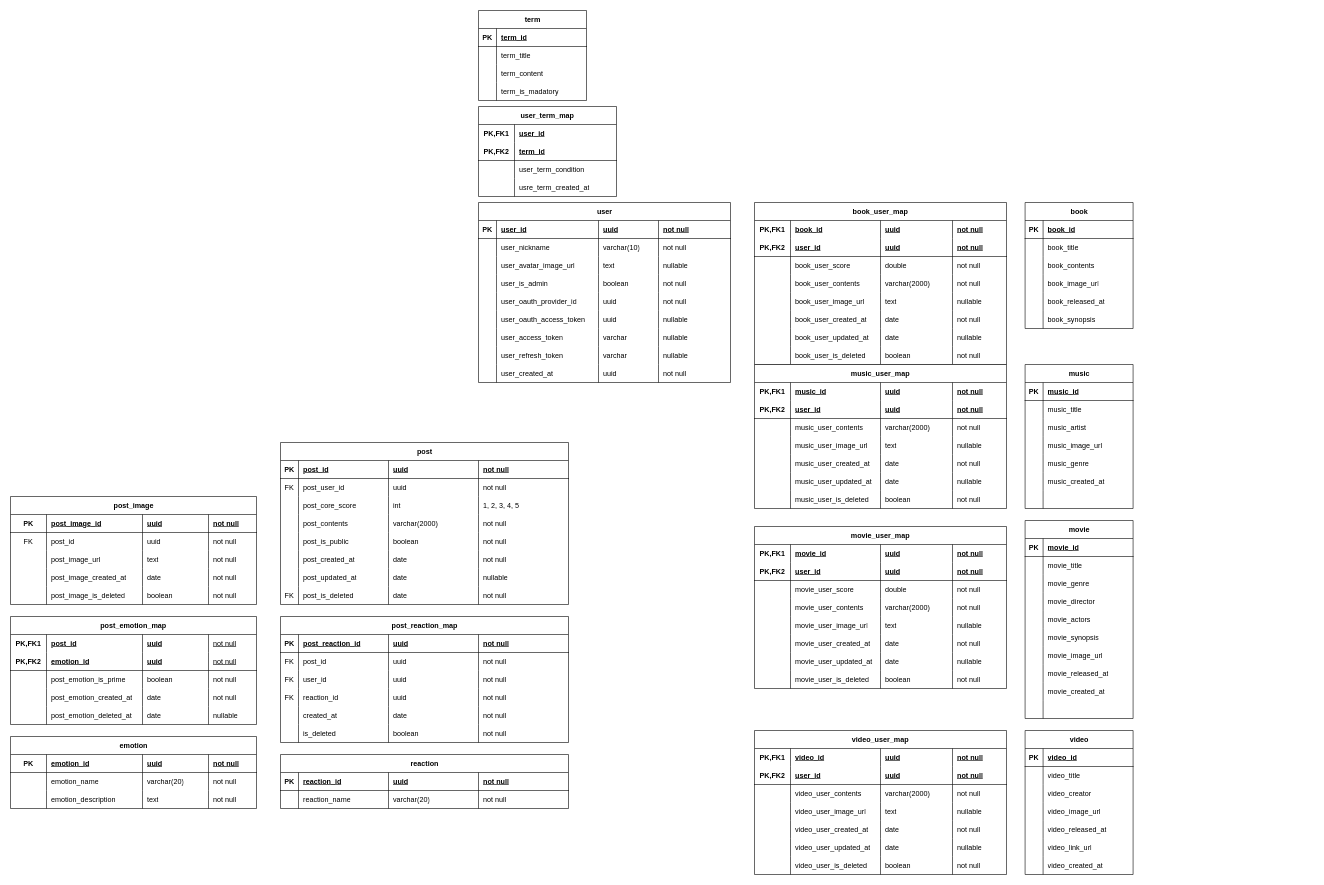
Above: soaf-be.drawio in soaf-team/soaf_be (draw.io), before the change. Source tidied: cells renumbered, new cells numbered last; positions are measured from the earlier drawing's top-left corner, leaving out a move shared by most shapes. Both pictures are drawn from the tidied source at 60%, with x=0, y=0 at pixel (10, 10).
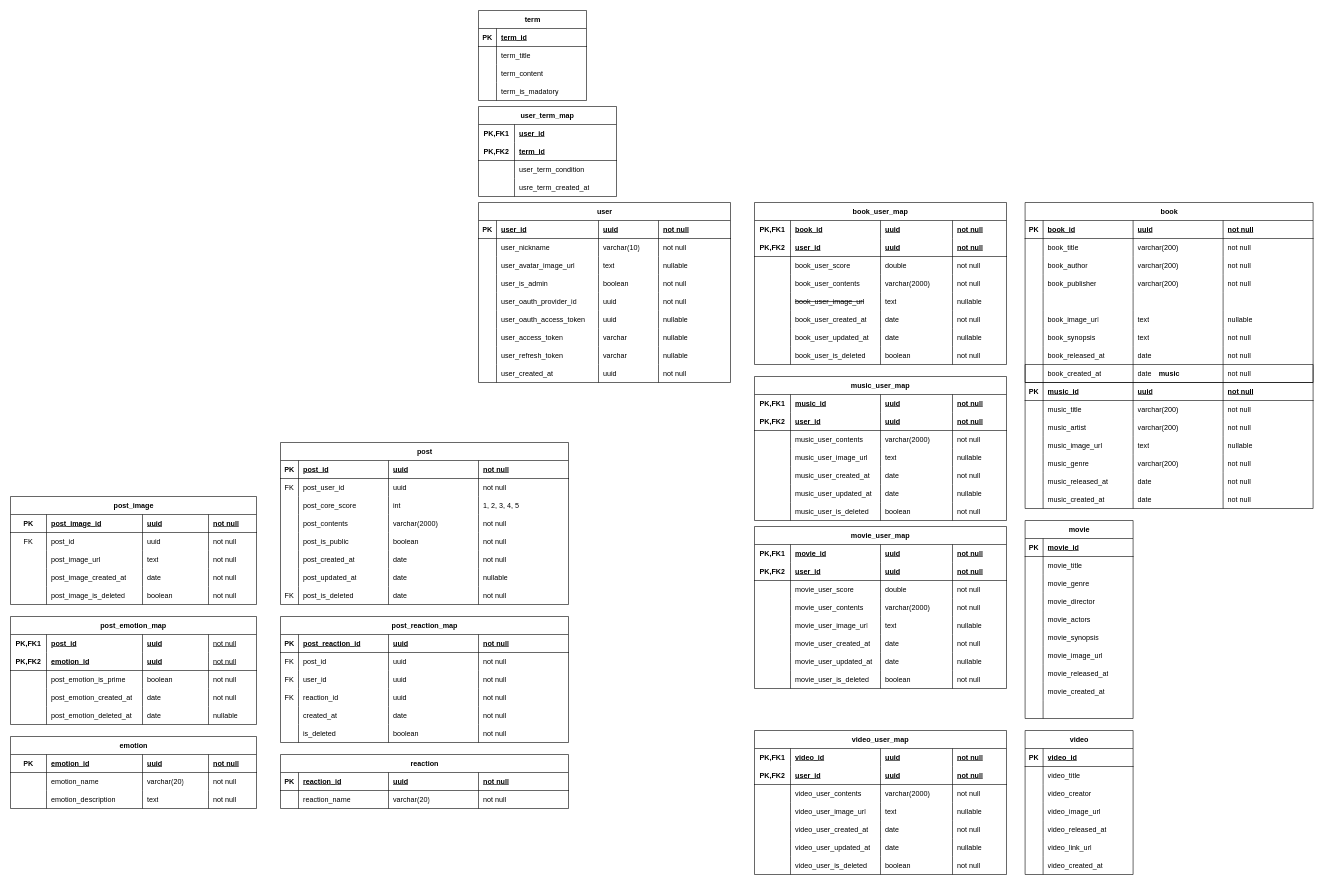
The same diagram, later.

The change refers to these unchanged cells:
```xml
<mxCell id="340" style="shape=tableRow;horizontal=0;startSize=0;swimlaneHead=0;swimlaneBody=0;fillColor=none;top=0;left=0;right=0;bottom=0;html=1;" parent="319" vertex="1">
  <mxGeometry y="150" width="420" height="30" as="geometry" />
</mxCell>
```

The edit, as a diff of the source:
```diff
@@
     <mxCell id="115" value="music" style="shape=table;startSize=30;childLayout=tableLayout;rowLines=0;fontStyle=1;align=center;html=1;" parent="1" vertex="1">
-      <mxGeometry x="1691" y="590" width="180" height="240" as="geometry" />
+      <mxGeometry x="1691" y="590" width="480" height="240" as="geometry" />
     </mxCell>
     <mxCell id="116" style="shape=tableRow;horizontal=0;startSize=0;swimlaneHead=0;swimlaneBody=0;fillColor=none;top=0;left=0;right=0;bottom=1;" parent="115" vertex="1">
-      <mxGeometry y="30" width="180" height="30" as="geometry" />
+      <mxGeometry y="30" width="480" height="30" as="geometry" />
     </mxCell>
@@
+    <mxCell id="473" value="uuid" style="shape=partialRectangle;fillColor=none;top=0;left=0;bottom=0;right=0;align=left;spacingLeft=6;fontStyle=5;overflow=hidden;whiteSpace=wrap;html=1;" parent="116" vertex="1">
+      <mxGeometry x="180" width="150" height="30" as="geometry" />
+    </mxCell>
+    <mxCell id="474" value="not null" style="shape=partialRectangle;fillColor=none;top=0;left=0;bottom=0;right=0;align=left;spacingLeft=6;fontStyle=5;overflow=hidden;whiteSpace=wrap;html=1;" parent="116" vertex="1">
+      <mxGeometry x="330" width="150" height="30" as="geometry" />
+    </mxCell>
     <mxCell id="119" style="shape=tableRow;horizontal=0;startSize=0;swimlaneHead=0;swimlaneBody=0;fillColor=none;top=0;left=0;right=0;bottom=0;" parent="115" vertex="1">
-      <mxGeometry y="60" width="180" height="30" as="geometry" />
+      <mxGeometry y="60" width="480" height="30" as="geometry" />
     </mxCell>
@@
+    <mxCell id="475" value="varchar(200)" style="shape=partialRectangle;fillColor=none;top=0;left=0;bottom=0;right=0;align=left;spacingLeft=6;overflow=hidden;whiteSpace=wrap;html=1;" parent="119" vertex="1">
+      <mxGeometry x="180" width="150" height="30" as="geometry" />
+    </mxCell>
+    <mxCell id="476" value="not null" style="shape=partialRectangle;fillColor=none;top=0;left=0;bottom=0;right=0;align=left;spacingLeft=6;overflow=hidden;whiteSpace=wrap;html=1;" parent="119" vertex="1">
+      <mxGeometry x="330" width="150" height="30" as="geometry" />
+    </mxCell>
     <mxCell id="122" style="shape=tableRow;horizontal=0;startSize=0;swimlaneHead=0;swimlaneBody=0;fillColor=none;top=0;left=0;right=0;bottom=0;" parent="115" vertex="1">
-      <mxGeometry y="90" width="180" height="30" as="geometry" />
+      <mxGeometry y="90" width="480" height="30" as="geometry" />
     </mxCell>
@@
+    <mxCell id="477" value="varchar(200)" style="shape=partialRectangle;fillColor=none;top=0;left=0;bottom=0;right=0;align=left;spacingLeft=6;overflow=hidden;whiteSpace=wrap;html=1;" parent="122" vertex="1">
+      <mxGeometry x="180" width="150" height="30" as="geometry" />
+    </mxCell>
+    <mxCell id="478" value="not null" style="shape=partialRectangle;fillColor=none;top=0;left=0;bottom=0;right=0;align=left;spacingLeft=6;overflow=hidden;whiteSpace=wrap;html=1;" parent="122" vertex="1">
+      <mxGeometry x="330" width="150" height="30" as="geometry" />
+    </mxCell>
     <mxCell id="125" style="shape=tableRow;horizontal=0;startSize=0;swimlaneHead=0;swimlaneBody=0;fillColor=none;top=0;left=0;right=0;bottom=0;" parent="115" vertex="1">
-      <mxGeometry y="120" width="180" height="30" as="geometry" />
+      <mxGeometry y="120" width="480" height="30" as="geometry" />
     </mxCell>
@@
+    <mxCell id="479" value="text" style="shape=partialRectangle;fillColor=none;top=0;left=0;bottom=0;right=0;align=left;spacingLeft=6;overflow=hidden;whiteSpace=wrap;html=1;" parent="125" vertex="1">
+      <mxGeometry x="180" width="150" height="30" as="geometry" />
+    </mxCell>
+    <mxCell id="480" value="nullable" style="shape=partialRectangle;fillColor=none;top=0;left=0;bottom=0;right=0;align=left;spacingLeft=6;overflow=hidden;whiteSpace=wrap;html=1;" parent="125" vertex="1">
+      <mxGeometry x="330" width="150" height="30" as="geometry" />
+    </mxCell>
     <mxCell id="128" style="shape=tableRow;horizontal=0;startSize=0;swimlaneHead=0;swimlaneBody=0;fillColor=none;top=0;left=0;right=0;bottom=0;" parent="115" vertex="1">
-      <mxGeometry y="150" width="180" height="30" as="geometry" />
+      <mxGeometry y="150" width="480" height="30" as="geometry" />
     </mxCell>
@@
+    <mxCell id="481" value="varchar(200)" style="shape=partialRectangle;fillColor=none;top=0;left=0;bottom=0;right=0;align=left;spacingLeft=6;overflow=hidden;whiteSpace=wrap;html=1;" parent="128" vertex="1">
+      <mxGeometry x="180" width="150" height="30" as="geometry" />
+    </mxCell>
+    <mxCell id="482" value="not null" style="shape=partialRectangle;fillColor=none;top=0;left=0;bottom=0;right=0;align=left;spacingLeft=6;overflow=hidden;whiteSpace=wrap;html=1;" parent="128" vertex="1">
+      <mxGeometry x="330" width="150" height="30" as="geometry" />
+    </mxCell>
+    <mxCell id="483" style="shape=tableRow;horizontal=0;startSize=0;swimlaneHead=0;swimlaneBody=0;fillColor=none;top=0;left=0;right=0;bottom=0;" parent="115" vertex="1">
+      <mxGeometry y="180" width="480" height="30" as="geometry" />
+    </mxCell>
+    <mxCell id="484" style="shape=partialRectangle;fillColor=none;top=0;left=0;bottom=0;right=0;overflow=hidden;whiteSpace=wrap;html=1;" parent="483" vertex="1">
+      <mxGeometry width="30" height="30" as="geometry" />
+    </mxCell>
+    <mxCell id="485" value="music_released_at" style="shape=partialRectangle;fillColor=none;top=0;left=0;bottom=0;right=0;align=left;spacingLeft=6;overflow=hidden;whiteSpace=wrap;html=1;" parent="483" vertex="1">
+      <mxGeometry x="30" width="150" height="30" as="geometry" />
+    </mxCell>
+    <mxCell id="486" value="date" style="shape=partialRectangle;fillColor=none;top=0;left=0;bottom=0;right=0;align=left;spacingLeft=6;overflow=hidden;whiteSpace=wrap;html=1;" parent="483" vertex="1">
+      <mxGeometry x="180" width="150" height="30" as="geometry" />
+    </mxCell>
+    <mxCell id="487" value="not null" style="shape=partialRectangle;fillColor=none;top=0;left=0;bottom=0;right=0;align=left;spacingLeft=6;overflow=hidden;whiteSpace=wrap;html=1;" parent="483" vertex="1">
+      <mxGeometry x="330" width="150" height="30" as="geometry" />
+    </mxCell>
     <mxCell id="131" style="shape=tableRow;horizontal=0;startSize=0;swimlaneHead=0;swimlaneBody=0;fillColor=none;top=0;left=0;right=0;bottom=0;" parent="115" vertex="1">
-      <mxGeometry y="180" width="180" height="30" as="geometry" />
+      <mxGeometry y="210" width="480" height="30" as="geometry" />
     </mxCell>
@@
-    <mxCell id="134" style="shape=tableRow;horizontal=0;startSize=0;swimlaneHead=0;swimlaneBody=0;fillColor=none;top=0;left=0;right=0;bottom=0;" parent="115" vertex="1">
-      <mxGeometry y="210" width="180" height="30" as="geometry" />
-    </mxCell>
-    <mxCell id="135" style="shape=partialRectangle;fillColor=none;top=0;left=0;bottom=0;right=0;overflow=hidden;whiteSpace=wrap;html=1;" parent="134" vertex="1">
-      <mxGeometry width="30" height="30" as="geometry" />
-    </mxCell>
-    <mxCell id="136" style="shape=partialRectangle;fillColor=none;top=0;left=0;bottom=0;right=0;align=left;spacingLeft=6;overflow=hidden;whiteSpace=wrap;html=1;" parent="134" vertex="1">
-      <mxGeometry x="30" width="150" height="30" as="geometry" />
-    </mxCell>
+    <mxCell id="488" value="date" style="shape=partialRectangle;fillColor=none;top=0;left=0;bottom=0;right=0;align=left;spacingLeft=6;overflow=hidden;whiteSpace=wrap;html=1;" parent="131" vertex="1">
+      <mxGeometry x="180" width="150" height="30" as="geometry" />
+    </mxCell>
+    <mxCell id="489" value="not null" style="shape=partialRectangle;fillColor=none;top=0;left=0;bottom=0;right=0;align=left;spacingLeft=6;overflow=hidden;whiteSpace=wrap;html=1;" parent="131" vertex="1">
+      <mxGeometry x="330" width="150" height="30" as="geometry" />
+    </mxCell>
@@
     <mxCell id="300" value="book" style="shape=table;startSize=30;childLayout=tableLayout;rowLines=0;fontStyle=1;align=center;html=1;" parent="1" vertex="1">
-      <mxGeometry x="1691" y="320" width="180" height="210" as="geometry" />
+      <mxGeometry x="1691" y="320" width="480" height="300" as="geometry" />
     </mxCell>
     <mxCell id="301" style="shape=tableRow;horizontal=0;startSize=0;swimlaneHead=0;swimlaneBody=0;fillColor=none;top=0;left=0;right=0;bottom=1;" parent="300" vertex="1">
-      <mxGeometry y="30" width="180" height="30" as="geometry" />
+      <mxGeometry y="30" width="480" height="30" as="geometry" />
     </mxCell>
@@
+    <mxCell id="490" value="uuid" style="shape=partialRectangle;fillColor=none;top=0;left=0;bottom=0;right=0;align=left;spacingLeft=6;fontStyle=5;overflow=hidden;whiteSpace=wrap;html=1;" parent="301" vertex="1">
+      <mxGeometry x="180" width="150" height="30" as="geometry" />
+    </mxCell>
+    <mxCell id="491" value="not null" style="shape=partialRectangle;fillColor=none;top=0;left=0;bottom=0;right=0;align=left;spacingLeft=6;fontStyle=5;overflow=hidden;whiteSpace=wrap;html=1;" parent="301" vertex="1">
+      <mxGeometry x="330" width="150" height="30" as="geometry" />
+    </mxCell>
     <mxCell id="304" style="shape=tableRow;horizontal=0;startSize=0;swimlaneHead=0;swimlaneBody=0;fillColor=none;top=0;left=0;right=0;bottom=0;" parent="300" vertex="1">
-      <mxGeometry y="60" width="180" height="30" as="geometry" />
+      <mxGeometry y="60" width="480" height="30" as="geometry" />
     </mxCell>
@@
+    <mxCell id="492" value="varchar(200)" style="shape=partialRectangle;fillColor=none;top=0;left=0;bottom=0;right=0;align=left;spacingLeft=6;overflow=hidden;whiteSpace=wrap;html=1;" parent="304" vertex="1">
+      <mxGeometry x="180" width="150" height="30" as="geometry" />
+    </mxCell>
+    <mxCell id="493" value="not null" style="shape=partialRectangle;fillColor=none;top=0;left=0;bottom=0;right=0;align=left;spacingLeft=6;overflow=hidden;whiteSpace=wrap;html=1;" parent="304" vertex="1">
+      <mxGeometry x="330" width="150" height="30" as="geometry" />
+    </mxCell>
     <mxCell id="307" style="shape=tableRow;horizontal=0;startSize=0;swimlaneHead=0;swimlaneBody=0;fillColor=none;top=0;left=0;right=0;bottom=0;" parent="300" vertex="1">
-      <mxGeometry y="90" width="180" height="30" as="geometry" />
+      <mxGeometry y="90" width="480" height="30" as="geometry" />
     </mxCell>
@@
-    <mxCell id="309" value="book_contents" style="shape=partialRectangle;fillColor=none;top=0;left=0;bottom=0;right=0;align=left;spacingLeft=6;overflow=hidden;whiteSpace=wrap;html=1;" parent="307" vertex="1">
+    <mxCell id="309" value="book_author" style="shape=partialRectangle;fillColor=none;top=0;left=0;bottom=0;right=0;align=left;spacingLeft=6;overflow=hidden;whiteSpace=wrap;html=1;" parent="307" vertex="1">
       <mxGeometry x="30" width="150" height="30" as="geometry" />
     </mxCell>
+    <mxCell id="494" value="varchar(200)" style="shape=partialRectangle;fillColor=none;top=0;left=0;bottom=0;right=0;align=left;spacingLeft=6;overflow=hidden;whiteSpace=wrap;html=1;" parent="307" vertex="1">
+      <mxGeometry x="180" width="150" height="30" as="geometry" />
+    </mxCell>
+    <mxCell id="495" value="not null" style="shape=partialRectangle;fillColor=none;top=0;left=0;bottom=0;right=0;align=left;spacingLeft=6;overflow=hidden;whiteSpace=wrap;html=1;" parent="307" vertex="1">
+      <mxGeometry x="330" width="150" height="30" as="geometry" />
+    </mxCell>
+    <mxCell id="496" style="shape=tableRow;horizontal=0;startSize=0;swimlaneHead=0;swimlaneBody=0;fillColor=none;top=0;left=0;right=0;bottom=0;" parent="300" vertex="1">
+      <mxGeometry y="120" width="480" height="30" as="geometry" />
+    </mxCell>
+    <mxCell id="497" style="shape=partialRectangle;fillColor=none;top=0;left=0;bottom=0;right=0;overflow=hidden;whiteSpace=wrap;html=1;" parent="496" vertex="1">
+      <mxGeometry width="30" height="30" as="geometry" />
+    </mxCell>
+    <mxCell id="498" value="book_publisher" style="shape=partialRectangle;fillColor=none;top=0;left=0;bottom=0;right=0;align=left;spacingLeft=6;overflow=hidden;whiteSpace=wrap;html=1;" parent="496" vertex="1">
+      <mxGeometry x="30" width="150" height="30" as="geometry" />
+    </mxCell>
+    <mxCell id="499" value="varchar(200)" style="shape=partialRectangle;fillColor=none;top=0;left=0;bottom=0;right=0;align=left;spacingLeft=6;overflow=hidden;whiteSpace=wrap;html=1;" parent="496" vertex="1">
+      <mxGeometry x="180" width="150" height="30" as="geometry" />
+    </mxCell>
+    <mxCell id="500" value="not null" style="shape=partialRectangle;fillColor=none;top=0;left=0;bottom=0;right=0;align=left;spacingLeft=6;overflow=hidden;whiteSpace=wrap;html=1;" parent="496" vertex="1">
+      <mxGeometry x="330" width="150" height="30" as="geometry" />
+    </mxCell>
+    <mxCell id="501" style="shape=tableRow;horizontal=0;startSize=0;swimlaneHead=0;swimlaneBody=0;fillColor=none;top=0;left=0;right=0;bottom=0;" parent="300" vertex="1">
+      <mxGeometry y="150" width="480" height="30" as="geometry" />
+    </mxCell>
+    <mxCell id="502" style="shape=partialRectangle;fillColor=none;top=0;left=0;bottom=0;right=0;overflow=hidden;whiteSpace=wrap;html=1;" parent="501" vertex="1">
+      <mxGeometry width="30" height="30" as="geometry" />
+    </mxCell>
+    <mxCell id="136" style="shape=partialRectangle;fillColor=none;top=0;left=0;bottom=0;right=0;align=left;spacingLeft=6;overflow=hidden;whiteSpace=wrap;html=1;" parent="501" vertex="1">
+      <mxGeometry x="30" width="150" height="30" as="geometry" />
+    </mxCell>
+    <mxCell id="503" style="shape=partialRectangle;fillColor=none;top=0;left=0;bottom=0;right=0;align=left;spacingLeft=6;overflow=hidden;whiteSpace=wrap;html=1;" parent="501" vertex="1">
+      <mxGeometry x="180" width="150" height="30" as="geometry" />
+    </mxCell>
+    <mxCell id="504" style="shape=partialRectangle;fillColor=none;top=0;left=0;bottom=0;right=0;align=left;spacingLeft=6;overflow=hidden;whiteSpace=wrap;html=1;" parent="501" vertex="1">
+      <mxGeometry x="330" width="150" height="30" as="geometry" />
+    </mxCell>
     <mxCell id="310" style="shape=tableRow;horizontal=0;startSize=0;swimlaneHead=0;swimlaneBody=0;fillColor=none;top=0;left=0;right=0;bottom=0;" parent="300" vertex="1">
-      <mxGeometry y="120" width="180" height="30" as="geometry" />
+      <mxGeometry y="180" width="480" height="30" as="geometry" />
     </mxCell>
@@
+    <mxCell id="505" value="text" style="shape=partialRectangle;fillColor=none;top=0;left=0;bottom=0;right=0;align=left;spacingLeft=6;overflow=hidden;whiteSpace=wrap;html=1;" parent="310" vertex="1">
+      <mxGeometry x="180" width="150" height="30" as="geometry" />
+    </mxCell>
+    <mxCell id="506" value="nullable" style="shape=partialRectangle;fillColor=none;top=0;left=0;bottom=0;right=0;align=left;spacingLeft=6;overflow=hidden;whiteSpace=wrap;html=1;" parent="310" vertex="1">
+      <mxGeometry x="330" width="150" height="30" as="geometry" />
+    </mxCell>
+    <mxCell id="507" style="shape=tableRow;horizontal=0;startSize=0;swimlaneHead=0;swimlaneBody=0;fillColor=none;top=0;left=0;right=0;bottom=0;" parent="300" vertex="1">
+      <mxGeometry y="210" width="480" height="30" as="geometry" />
+    </mxCell>
+    <mxCell id="508" style="shape=partialRectangle;fillColor=none;top=0;left=0;bottom=0;right=0;overflow=hidden;whiteSpace=wrap;html=1;" parent="507" vertex="1">
+      <mxGeometry width="30" height="30" as="geometry" />
+    </mxCell>
+    <mxCell id="318" value="book_synopsis" style="shape=partialRectangle;fillColor=none;top=0;left=0;bottom=0;right=0;align=left;spacingLeft=6;overflow=hidden;whiteSpace=wrap;html=1;" parent="507" vertex="1">
+      <mxGeometry x="30" width="150" height="30" as="geometry" />
+    </mxCell>
+    <mxCell id="509" value="text" style="shape=partialRectangle;fillColor=none;top=0;left=0;bottom=0;right=0;align=left;spacingLeft=6;overflow=hidden;whiteSpace=wrap;html=1;" parent="507" vertex="1">
+      <mxGeometry x="180" width="150" height="30" as="geometry" />
+    </mxCell>
+    <mxCell id="510" value="not null" style="shape=partialRectangle;fillColor=none;top=0;left=0;bottom=0;right=0;align=left;spacingLeft=6;overflow=hidden;whiteSpace=wrap;html=1;" parent="507" vertex="1">
+      <mxGeometry x="330" width="150" height="30" as="geometry" />
+    </mxCell>
+    <mxCell id="511" style="shape=tableRow;horizontal=0;startSize=0;swimlaneHead=0;swimlaneBody=0;fillColor=none;top=0;left=0;right=0;bottom=0;" parent="300" vertex="1">
+      <mxGeometry y="240" width="480" height="30" as="geometry" />
+    </mxCell>
+    <mxCell id="512" style="shape=partialRectangle;fillColor=none;top=0;left=0;bottom=0;right=0;overflow=hidden;whiteSpace=wrap;html=1;" parent="511" vertex="1">
+      <mxGeometry width="30" height="30" as="geometry" />
+    </mxCell>
+    <mxCell id="513" value="book_released_at" style="shape=partialRectangle;fillColor=none;top=0;left=0;bottom=0;right=0;align=left;spacingLeft=6;overflow=hidden;whiteSpace=wrap;html=1;" parent="511" vertex="1">
+      <mxGeometry x="30" width="150" height="30" as="geometry" />
+    </mxCell>
+    <mxCell id="514" value="date" style="shape=partialRectangle;fillColor=none;top=0;left=0;bottom=0;right=0;align=left;spacingLeft=6;overflow=hidden;whiteSpace=wrap;html=1;" parent="511" vertex="1">
+      <mxGeometry x="180" width="150" height="30" as="geometry" />
+    </mxCell>
+    <mxCell id="515" value="not null" style="shape=partialRectangle;fillColor=none;top=0;left=0;bottom=0;right=0;align=left;spacingLeft=6;overflow=hidden;whiteSpace=wrap;html=1;" parent="511" vertex="1">
+      <mxGeometry x="330" width="150" height="30" as="geometry" />
+    </mxCell>
     <mxCell id="313" style="shape=tableRow;horizontal=0;startSize=0;swimlaneHead=0;swimlaneBody=0;fillColor=none;top=0;left=0;right=0;bottom=0;" parent="300" vertex="1">
-      <mxGeometry y="150" width="180" height="30" as="geometry" />
+      <mxGeometry y="270" width="480" height="30" as="geometry" />
     </mxCell>
@@
-    <mxCell id="315" value="book_released_at" style="shape=partialRectangle;fillColor=none;top=0;left=0;bottom=0;right=0;align=left;spacingLeft=6;overflow=hidden;whiteSpace=wrap;html=1;" parent="313" vertex="1">
+    <mxCell id="315" value="book_created_at" style="shape=partialRectangle;fillColor=none;top=0;left=0;bottom=0;right=0;align=left;spacingLeft=6;overflow=hidden;whiteSpace=wrap;html=1;" parent="313" vertex="1">
       <mxGeometry x="30" width="150" height="30" as="geometry" />
     </mxCell>
-    <mxCell id="316" style="shape=tableRow;horizontal=0;startSize=0;swimlaneHead=0;swimlaneBody=0;fillColor=none;top=0;left=0;right=0;bottom=0;" parent="300" vertex="1">
-      <mxGeometry y="180" width="180" height="30" as="geometry" />
-    </mxCell>
-    <mxCell id="317" style="shape=partialRectangle;fillColor=none;top=0;left=0;bottom=0;right=0;overflow=hidden;whiteSpace=wrap;html=1;" parent="316" vertex="1">
-      <mxGeometry width="30" height="30" as="geometry" />
-    </mxCell>
-    <mxCell id="318" value="book_synopsis" style="shape=partialRectangle;fillColor=none;top=0;left=0;bottom=0;right=0;align=left;spacingLeft=6;overflow=hidden;whiteSpace=wrap;html=1;" parent="316" vertex="1">
-      <mxGeometry x="30" width="150" height="30" as="geometry" />
-    </mxCell>
+    <mxCell id="516" value="date" style="shape=partialRectangle;fillColor=none;top=0;left=0;bottom=0;right=0;align=left;spacingLeft=6;overflow=hidden;whiteSpace=wrap;html=1;" parent="313" vertex="1">
+      <mxGeometry x="180" width="150" height="30" as="geometry" />
+    </mxCell>
+    <mxCell id="517" value="not null" style="shape=partialRectangle;fillColor=none;top=0;left=0;bottom=0;right=0;align=left;spacingLeft=6;overflow=hidden;whiteSpace=wrap;html=1;" parent="313" vertex="1">
+      <mxGeometry x="330" width="150" height="30" as="geometry" />
+    </mxCell>
@@
-    <mxCell id="342" value="book_user_image_url" style="shape=partialRectangle;fillColor=none;top=0;left=0;bottom=0;right=0;align=left;spacingLeft=6;overflow=hidden;html=1;whiteSpace=wrap;" parent="340" vertex="1">
+    <mxCell id="342" value="&lt;strike&gt;book_user_image_url&lt;/strike&gt;" style="shape=partialRectangle;fillColor=none;top=0;left=0;bottom=0;right=0;align=left;spacingLeft=6;overflow=hidden;html=1;whiteSpace=wrap;" parent="340" vertex="1">
       <mxGeometry x="60" width="150" height="30" as="geometry" />
     </mxCell>
@@
     <mxCell id="360" value="music_user_map" style="shape=table;startSize=30;childLayout=tableLayout;rowLines=0;fontStyle=1;align=center;html=1;whiteSpace=wrap;" parent="1" vertex="1">
-      <mxGeometry x="1240" y="590" width="420" height="240" as="geometry" />
+      <mxGeometry x="1240" y="610" width="420" height="240" as="geometry" />
     </mxCell>
```
